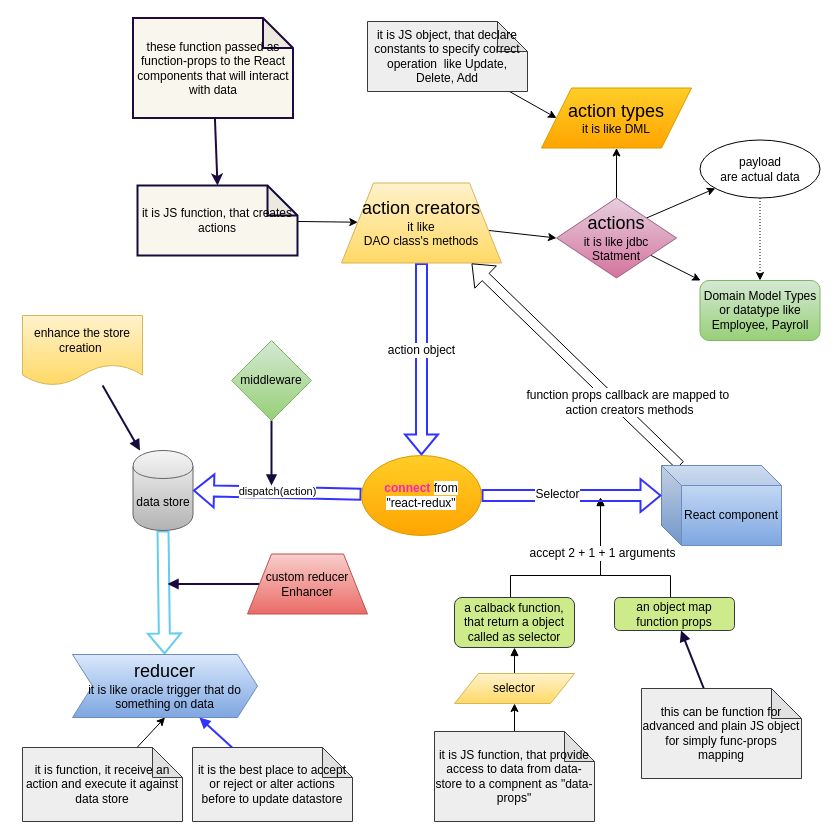
Before: My Articles/redux/Redux.drawio in anbarasan-raji/books, a draw.io diagram. Source tidied: cells renumbered, new cells numbered last; positions are measured from the earlier drawing's top-left corner, leaving out a move shared by most shapes. Both pictures are drawn from the tidied source at 100%, with x=0, y=0 at pixel (22, 17).
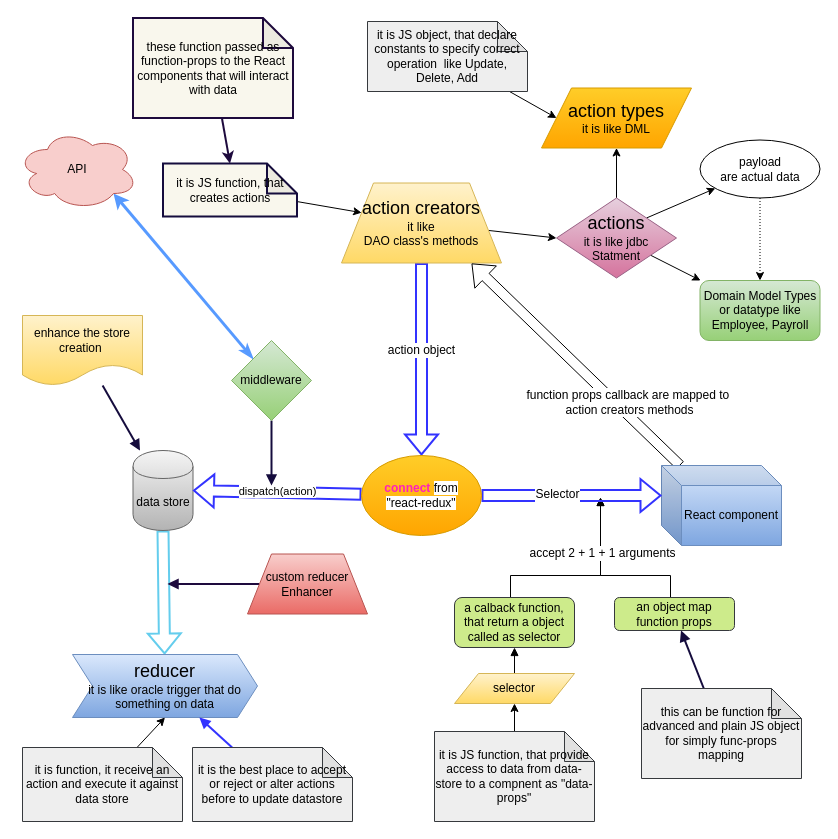
The same page after the edit.

Unchanged cells that the change refers to:
```xml
<mxCell id="21" value="these function passed as function-props to the React components that will interact with data" style="shape=note;whiteSpace=wrap;html=1;backgroundOutline=1;darkOpacity=0.05;fillColor=#f9f7ed;strokeColor=#1E0A3D;strokeWidth=2;" parent="1" vertex="1">
  <mxGeometry x="110.5" y="0.5" width="160" height="100" as="geometry" />
</mxCell>
<mxCell id="44" value="middleware" style="rhombus;whiteSpace=wrap;html=1;gradientColor=#97d077;fillColor=#d5e8d4;strokeColor=#82b366;" parent="1" vertex="1">
  <mxGeometry x="209" y="323" width="80" height="80" as="geometry" />
</mxCell>
```

Diff of the diagram source:
```diff
@@
     <mxCell id="19" value="it is JS function, that creates actions" style="shape=note;whiteSpace=wrap;html=1;backgroundOutline=1;darkOpacity=0.05;fillColor=#f9f7ed;strokeColor=#150C3D;strokeWidth=2;" parent="1" vertex="1">
-      <mxGeometry x="115" y="168" width="160" height="70" as="geometry" />
+      <mxGeometry x="140.5" y="146" width="134" height="53" as="geometry" />
     </mxCell>
-    <mxCell id="20" style="edgeStyle=none;rounded=0;jettySize=auto;html=1;fillColor=#f9f7ed;strokeColor=#1E0A3D;strokeWidth=2;" parent="1" edge="1" source="21">
-      <mxGeometry relative="1" as="geometry">
-        <mxPoint x="195" y="168" as="targetPoint" />
-      </mxGeometry>
+    <mxCell id="20" style="edgeStyle=none;rounded=0;jettySize=auto;html=1;fillColor=#f9f7ed;strokeColor=#1E0A3D;strokeWidth=2;entryX=0.5;entryY=0;entryDx=0;entryDy=0;entryPerimeter=0;" parent="1" edge="1" source="21" target="19">
+      <mxGeometry relative="1" as="geometry" />
     </mxCell>
@@
+    <mxCell id="51" style="edgeStyle=none;rounded=0;jettySize=auto;html=1;entryX=0.8;entryY=0.8;entryDx=0;entryDy=0;entryPerimeter=0;strokeColor=#579AFF;strokeWidth=3;startArrow=classicThin;startFill=1;" parent="1" edge="1" source="44" target="52">
+      <mxGeometry relative="1" as="geometry" />
+    </mxCell>
@@
+    <mxCell id="52" value="API" style="ellipse;shape=cloud;whiteSpace=wrap;html=1;fillColor=#f8cecc;strokeColor=#b85450;" parent="1" vertex="1">
+      <mxGeometry x="-5" y="112" width="120" height="80" as="geometry" />
+    </mxCell>
```
